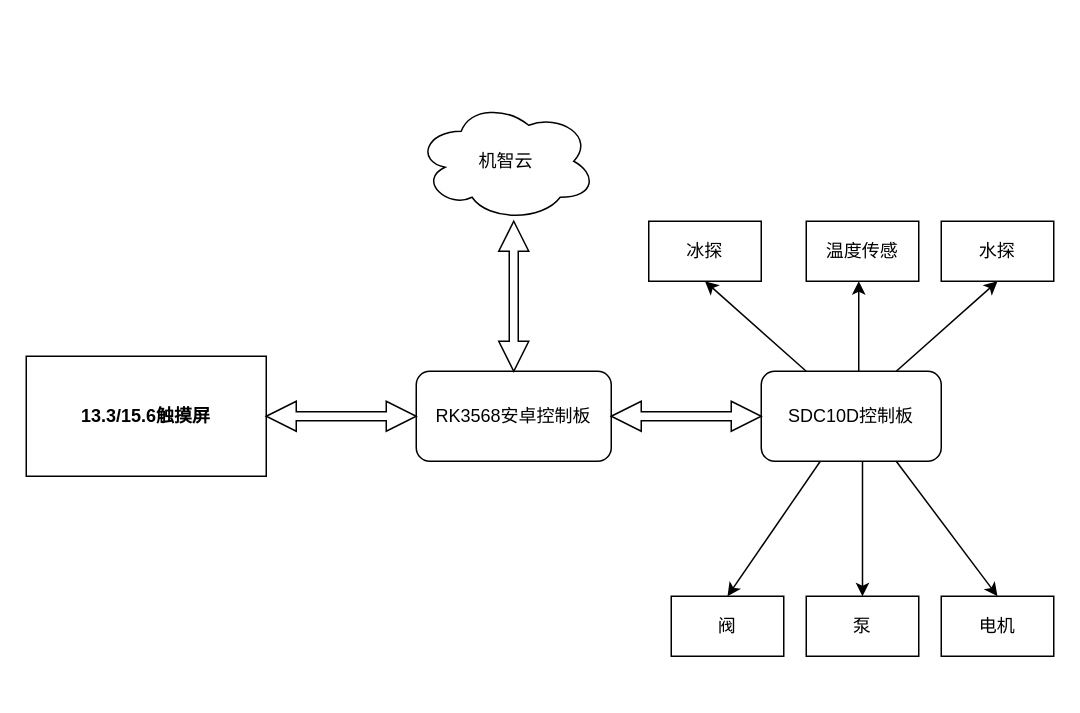
Earlier version of the draw.io diagram TianWanCola.drawio (jessonyu/AndroidNotes). Source tidied: cells renumbered, new cells numbered last; positions are measured from the earlier drawing's top-left corner, leaving out a move shared by most shapes. Both pictures are drawn from the tidied source at 150%, with x=0, y=0 at pixel (26, 100).
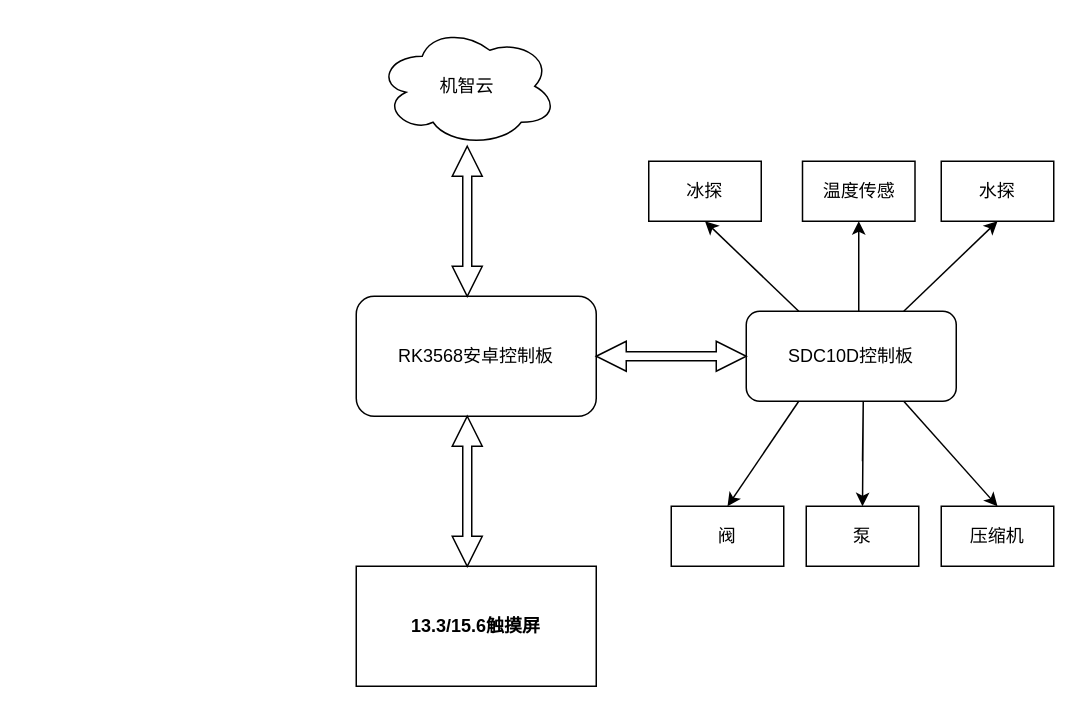
The same page after the edit.

Diff of the diagram source:
```diff
@@
     <mxCell id="2" value="&lt;h4&gt;13.3/15.6触摸屏&lt;/h4&gt;" style="rounded=0;whiteSpace=wrap;html=1;" parent="1" vertex="1">
-      <mxGeometry y="170" width="160" height="80" as="geometry" />
+      <mxGeometry x="220" y="310" width="160" height="80" as="geometry" />
     </mxCell>
     <mxCell id="3" value="RK3568安卓控制板" style="rounded=1;whiteSpace=wrap;html=1;" parent="1" vertex="1">
-      <mxGeometry x="260" y="180" width="130" height="60" as="geometry" />
+      <mxGeometry x="220" y="130" width="160" height="80" as="geometry" />
     </mxCell>
     <mxCell id="4" style="shape=doubleArrow;direction=south;whiteSpace=wrap;html=1;" parent="1" vertex="1">
-      <mxGeometry x="315" y="80" width="20" height="100" as="geometry" />
+      <mxGeometry x="284" y="30" width="20" height="100" as="geometry" />
     </mxCell>
     <mxCell id="5" value="SDC10D控制板" style="rounded=1;whiteSpace=wrap;html=1;" parent="1" vertex="1">
-      <mxGeometry x="490" y="180" width="120" height="60" as="geometry" />
+      <mxGeometry x="480" y="140" width="140" height="60" as="geometry" />
     </mxCell>
-    <mxCell id="6" style="shape=doubleArrow;whiteSpace=wrap;html=1;" parent="1" vertex="1">
-      <mxGeometry x="160" y="200" width="100" height="20" as="geometry" />
-    </mxCell>
     <mxCell id="7" style="shape=doubleArrow;whiteSpace=wrap;html=1;" parent="1" vertex="1">
-      <mxGeometry x="390" y="200" width="100" height="20" as="geometry" />
+      <mxGeometry x="380" y="160" width="100" height="20" as="geometry" />
     </mxCell>
     <mxCell id="8" value="机智云" style="ellipse;shape=cloud;whiteSpace=wrap;html=1;" parent="1" vertex="1">
-      <mxGeometry x="260" width="120" height="80" as="geometry" />
+      <mxGeometry x="234" y="-50" width="120" height="80" as="geometry" />
     </mxCell>
     <mxCell id="9" value="泵" style="rounded=0;whiteSpace=wrap;html=1;" parent="1" vertex="1">
-      <mxGeometry x="520" y="330" width="75" height="40" as="geometry" />
+      <mxGeometry x="520" y="270" width="75" height="40" as="geometry" />
     </mxCell>
     <mxCell id="10" value="阀" style="rounded=0;whiteSpace=wrap;html=1;" parent="1" vertex="1">
-      <mxGeometry x="430" y="330" width="75" height="40" as="geometry" />
+      <mxGeometry x="430" y="270" width="75" height="40" as="geometry" />
     </mxCell>
-    <mxCell id="11" value="电机" style="rounded=0;whiteSpace=wrap;html=1;" parent="1" vertex="1">
-      <mxGeometry x="610" y="330" width="75" height="40" as="geometry" />
+    <mxCell id="11" value="压缩机" style="rounded=0;whiteSpace=wrap;html=1;" parent="1" vertex="1">
+      <mxGeometry x="610" y="270" width="75" height="40" as="geometry" />
     </mxCell>
     <mxCell id="12" value="冰探" style="rounded=0;whiteSpace=wrap;html=1;" parent="1" vertex="1">
-      <mxGeometry x="415" y="80" width="75" height="40" as="geometry" />
+      <mxGeometry x="415" y="40" width="75" height="40" as="geometry" />
     </mxCell>
     <mxCell id="13" value="水探" style="rounded=0;whiteSpace=wrap;html=1;" parent="1" vertex="1">
-      <mxGeometry x="610" y="80" width="75" height="40" as="geometry" />
+      <mxGeometry x="610" y="40" width="75" height="40" as="geometry" />
     </mxCell>
-    <mxCell id="14" style="endArrow=classic;html=1;rounded=0;entryX=0.5;entryY=0;entryDx=0;entryDy=0;" parent="1" edge="1" source="5" target="10">
+    <mxCell id="14" style="endArrow=classic;html=1;rounded=0;entryX=0.5;entryY=0;entryDx=0;entryDy=0;exitX=0.25;exitY=1;exitDx=0;exitDy=0;" parent="1" edge="1" source="5" target="10">
       <mxGeometry relative="1" as="geometry" />
     </mxCell>
     <mxCell id="15" style="endArrow=classic;html=1;rounded=0;entryX=0.5;entryY=0;entryDx=0;entryDy=0;exitX=0.25;exitY=1;exitDx=0;exitDy=0;" parent="1" edge="1" target="9">
       <mxGeometry relative="1" as="geometry">
         <mxPoint x="557.5" y="240" as="sourcePoint" />
+        <Array as="points">
+          <mxPoint x="558" y="200" />
+        </Array>
       </mxGeometry>
     </mxCell>
@@
     <mxCell id="19" value="温度传感" style="rounded=0;whiteSpace=wrap;html=1;" parent="1" vertex="1">
-      <mxGeometry x="520" y="80" width="75" height="40" as="geometry" />
+      <mxGeometry x="517.5" y="40" width="75" height="40" as="geometry" />
     </mxCell>
-    <mxCell id="20" style="endArrow=classic;html=1;rounded=0;" parent="1" edge="1">
-      <mxGeometry relative="1" as="geometry">
-        <mxPoint x="555" y="180" as="sourcePoint" />
-        <mxPoint x="555" y="120" as="targetPoint" />
-      </mxGeometry>
-    </mxCell>
+    <mxCell id="21" style="shape=doubleArrow;direction=south;whiteSpace=wrap;html=1;" parent="1" vertex="1">
+      <mxGeometry x="284" y="210" width="20" height="100" as="geometry" />
+    </mxCell>
+    <mxCell id="22" style="endArrow=classic;html=1;rounded=0;entryX=0.5;entryY=1;entryDx=0;entryDy=0;" parent="1" edge="1" target="19">
+      <mxGeometry relative="1" as="geometry">
+        <mxPoint x="555" y="140" as="sourcePoint" />
+      </mxGeometry>
+    </mxCell>
```
